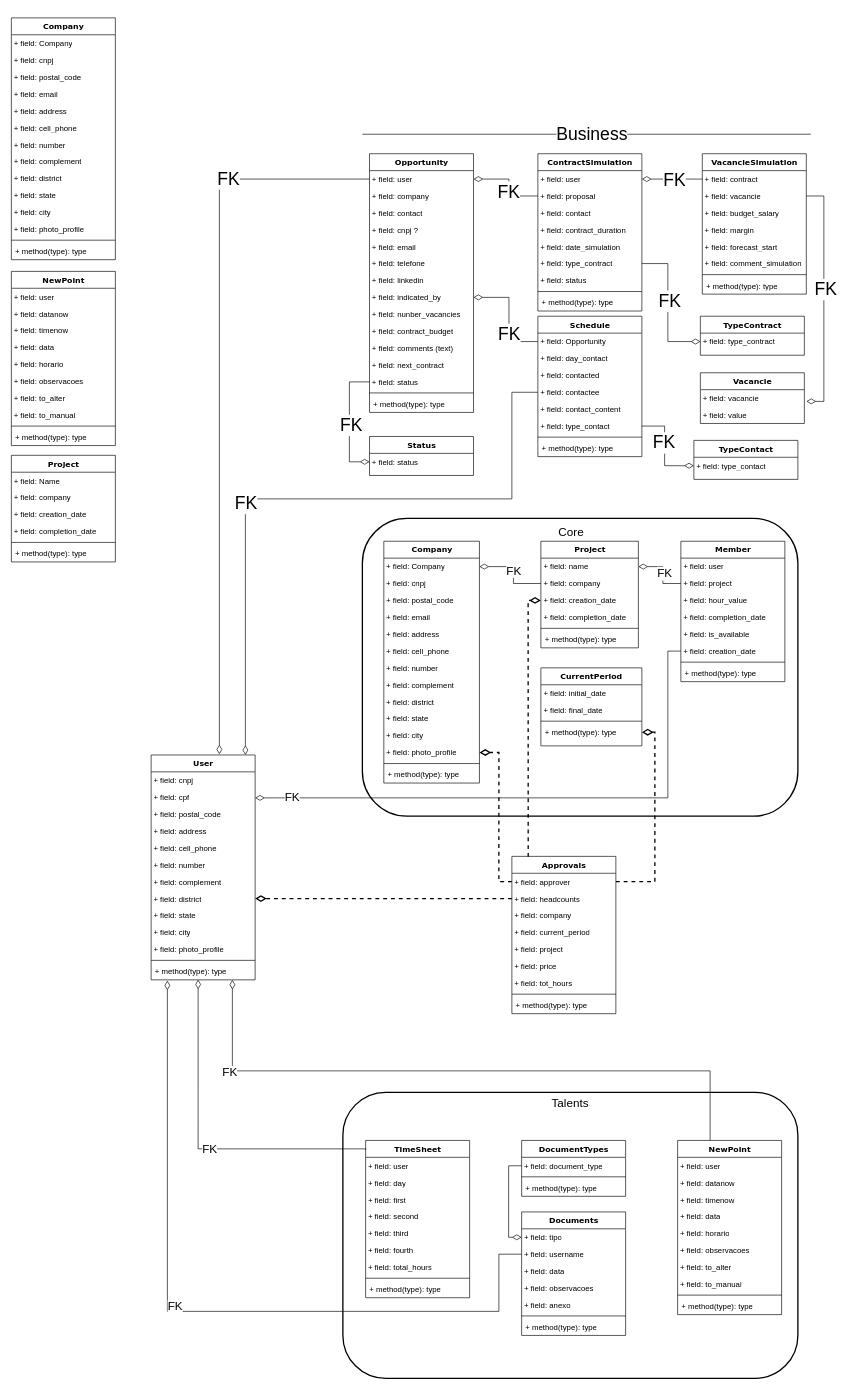
This is Untitled Diagram.drawio from JonathaCnB/JonathaCnB, a draw.io file, before an edit. Source tidied: cells renumbered, new cells numbered last; positions are measured from the earlier drawing's top-left corner, leaving out a move shared by most shapes. Both pictures are drawn from the tidied source at 65%, with x=0, y=0 at pixel (11, 18).
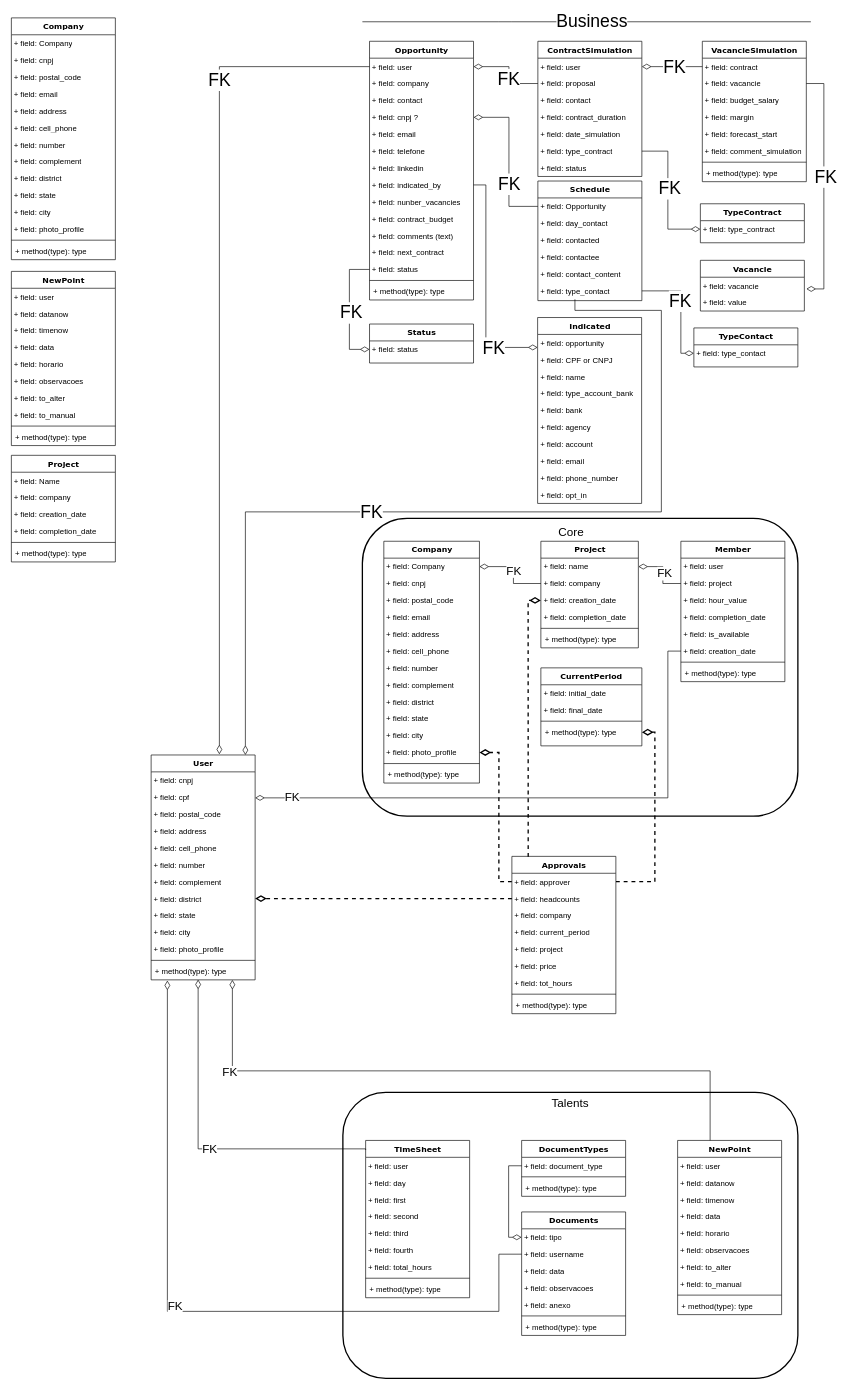
The same page after the edit.

The change refers to these unchanged cells:
```xml
<mxCell id="104" value="User" style="swimlane;html=1;fontStyle=1;align=center;verticalAlign=top;horizontal=1;startSize=26;swimlaneFillColor=#ffffff;rounded=0;shadow=0;comic=0;labelBackgroundColor=none;strokeWidth=1;fillColor=none;fontFamily=Verdana;fontSize=12;" parent="1" vertex="1">
  <mxGeometry x="215" y="1134" width="160" height="346" as="geometry" />
</mxCell>
<mxCell id="152" value="+ field: user" style="text;html=1;strokeColor=none;fillColor=none;align=left;verticalAlign=top;spacingLeft=2;spacingRight=1;whiteSpace=wrap;overflow=hidden;points=[[0,0.5],[1,0.5]];portConstraint=eastwest;" parent="151" vertex="1">
  <mxGeometry y="26" width="160" height="26" as="geometry" />
</mxCell>
<mxCell id="155" value="+ field: cnpj ?" style="text;html=1;strokeColor=none;fillColor=none;align=left;verticalAlign=top;spacingLeft=2;spacingRight=1;whiteSpace=wrap;overflow=hidden;points=[[0,0.5],[1,0.5]];portConstraint=eastwest;" parent="151" vertex="1">
  <mxGeometry y="104" width="160" height="26" as="geometry" />
</mxCell>
<mxCell id="159" value="+ field: indicated_by" style="text;html=1;strokeColor=none;fillColor=none;align=left;verticalAlign=top;spacingLeft=2;spacingRight=1;whiteSpace=wrap;overflow=hidden;points=[[0,0.5],[1,0.5]];portConstraint=eastwest;" parent="151" vertex="1">
  <mxGeometry y="208" width="160" height="26" as="geometry" />
</mxCell>
<mxCell id="164" value="+ field: status" style="text;html=1;strokeColor=none;fillColor=none;align=left;verticalAlign=top;spacingLeft=2;spacingRight=1;whiteSpace=wrap;overflow=hidden;points=[[0,0.5],[1,0.5]];portConstraint=eastwest;" parent="151" vertex="1">
  <mxGeometry y="338" width="160" height="26" as="geometry" />
</mxCell>
<mxCell id="183" value="+ field: vacancie" style="text;html=1;strokeColor=none;fillColor=none;align=left;verticalAlign=top;spacingLeft=2;spacingRight=1;whiteSpace=wrap;overflow=hidden;points=[[0,0.5],[1,0.5]];portConstraint=eastwest;" parent="181" vertex="1">
  <mxGeometry y="52" width="160" height="26" as="geometry" />
</mxCell>
<mxCell id="193" value="+ field: Opportunity" style="text;html=1;strokeColor=none;fillColor=none;align=left;verticalAlign=top;spacingLeft=2;spacingRight=1;whiteSpace=wrap;overflow=hidden;points=[[0,0.5],[1,0.5]];portConstraint=eastwest;" parent="192" vertex="1">
  <mxGeometry y="26" width="160" height="26" as="geometry" />
</mxCell>
<mxCell id="196" value="+ field: contactee" style="text;html=1;strokeColor=none;fillColor=none;align=left;verticalAlign=top;spacingLeft=2;spacingRight=1;whiteSpace=wrap;overflow=hidden;points=[[0,0.5],[1,0.5]];portConstraint=eastwest;" parent="192" vertex="1">
  <mxGeometry y="104" width="160" height="26" as="geometry" />
</mxCell>
<mxCell id="198" value="+ field: type_contact" style="text;html=1;strokeColor=none;fillColor=none;align=left;verticalAlign=top;spacingLeft=2;spacingRight=1;whiteSpace=wrap;overflow=hidden;points=[[0,0.5],[1,0.5]];portConstraint=eastwest;" parent="192" vertex="1">
  <mxGeometry y="156" width="160" height="26" as="geometry" />
</mxCell>
<mxCell id="204" value="+ field: status" style="text;html=1;strokeColor=none;fillColor=none;align=left;verticalAlign=top;spacingLeft=2;spacingRight=1;whiteSpace=wrap;overflow=hidden;points=[[0,0.5],[1,0.5]];portConstraint=eastwest;" parent="203" vertex="1">
  <mxGeometry y="26" width="160" height="26" as="geometry" />
</mxCell>
<mxCell id="208" value="+ field: type_contact" style="text;html=1;strokeColor=none;fillColor=none;align=left;verticalAlign=top;spacingLeft=2;spacingRight=1;whiteSpace=wrap;overflow=hidden;points=[[0,0.5],[1,0.5]];portConstraint=eastwest;" parent="207" vertex="1">
  <mxGeometry y="26" width="160" height="26" as="geometry" />
</mxCell>
<mxCell id="216" value="+ field: vacancie" style="text;html=1;strokeColor=none;fillColor=none;align=left;verticalAlign=top;spacingLeft=2;spacingRight=1;whiteSpace=wrap;overflow=hidden;points=[[0,0.5],[1,0.5]];portConstraint=eastwest;" parent="215" vertex="1">
  <mxGeometry y="26" width="160" height="26" as="geometry" />
</mxCell>
```

Change to the diagram source:
```diff
@@
     <mxCell id="151" value="Opportunity" style="swimlane;html=1;fontStyle=1;align=center;verticalAlign=top;horizontal=1;startSize=26;swimlaneFillColor=#ffffff;rounded=0;shadow=0;comic=0;labelBackgroundColor=none;strokeWidth=1;fillColor=none;fontFamily=Verdana;fontSize=12;" parent="1" vertex="1">
-      <mxGeometry x="551" y="209" width="160" height="398" as="geometry" />
+      <mxGeometry x="551" y="36" width="160" height="398" as="geometry" />
     </mxCell>
@@
     <mxCell id="167" style="endArrow=none;html=1;fontSize=27;endSize=12;" parent="1" edge="1">
       <mxGeometry relative="1" as="geometry">
-        <mxPoint x="540" y="179" as="sourcePoint" />
-        <mxPoint x="1230" y="179" as="targetPoint" />
+        <mxPoint x="540" y="6" as="sourcePoint" />
+        <mxPoint x="1230" y="6" as="targetPoint" />
         <Array as="points">
-          <mxPoint x="760" y="179" />
+          <mxPoint x="760" y="6" />
         </Array>
       </mxGeometry>
     </mxCell>
@@
     <mxCell id="169" value="ContractSimulation" style="swimlane;html=1;fontStyle=1;align=center;verticalAlign=top;horizontal=1;startSize=26;swimlaneFillColor=#ffffff;rounded=0;shadow=0;comic=0;labelBackgroundColor=none;strokeWidth=1;fillColor=none;fontFamily=Verdana;fontSize=12;" parent="1" vertex="1">
-      <mxGeometry x="810" y="209" width="160" height="242" as="geometry" />
+      <mxGeometry x="810" y="36" width="160" height="208" as="geometry" />
     </mxCell>
@@
-    <mxCell id="177" style="line;html=1;strokeWidth=1;fillColor=none;align=left;verticalAlign=middle;spacingTop=-1;spacingLeft=3;spacingRight=3;labelPosition=right;" parent="169" vertex="1">
-      <mxGeometry y="208" width="160" height="8" as="geometry" />
-    </mxCell>
-    <mxCell id="178" value="+ method(type): type" style="text;html=1;strokeColor=none;fillColor=none;align=left;verticalAlign=top;spacingLeft=4;spacingRight=4;whiteSpace=wrap;overflow=hidden;" parent="169" vertex="1">
-      <mxGeometry y="216" width="160" height="26" as="geometry" />
-    </mxCell>
@@
     <mxCell id="181" value="VacancieSimulation" style="swimlane;html=1;fontStyle=1;align=center;verticalAlign=top;horizontal=1;startSize=26;swimlaneFillColor=#ffffff;rounded=0;shadow=0;comic=0;labelBackgroundColor=none;strokeWidth=1;fillColor=none;fontFamily=Verdana;fontSize=12;" parent="1" vertex="1">
-      <mxGeometry x="1063" y="209" width="160" height="216" as="geometry" />
+      <mxGeometry x="1063" y="36" width="160" height="216" as="geometry" />
     </mxCell>
@@
     <mxCell id="192" value="Schedule" style="swimlane;html=1;fontStyle=1;align=center;verticalAlign=top;horizontal=1;startSize=26;swimlaneFillColor=#ffffff;rounded=0;shadow=0;comic=0;labelBackgroundColor=none;strokeWidth=1;fillColor=none;fontFamily=Verdana;fontSize=12;" parent="1" vertex="1">
-      <mxGeometry x="810" y="459" width="160" height="216" as="geometry" />
+      <mxGeometry x="810" y="251" width="160" height="184" as="geometry" />
     </mxCell>
@@
-    <mxCell id="199" style="line;html=1;strokeWidth=1;fillColor=none;align=left;verticalAlign=middle;spacingTop=-1;spacingLeft=3;spacingRight=3;labelPosition=right;" parent="192" vertex="1">
-      <mxGeometry y="182" width="160" height="8" as="geometry" />
-    </mxCell>
-    <mxCell id="200" value="+ method(type): type" style="text;html=1;strokeColor=none;fillColor=none;align=left;verticalAlign=top;spacingLeft=4;spacingRight=4;whiteSpace=wrap;overflow=hidden;" parent="192" vertex="1">
-      <mxGeometry y="190" width="160" height="26" as="geometry" />
-    </mxCell>
-    <mxCell id="201" style="edgeStyle=orthogonalEdgeStyle;rounded=0;jettySize=auto;html=1;endArrow=diamondThin;endFill=0;endSize=12;" parent="1" edge="1" source="193" target="159">
+    <mxCell id="201" style="edgeStyle=orthogonalEdgeStyle;rounded=0;jettySize=auto;html=1;endArrow=diamondThin;endFill=0;endSize=12;" parent="1" edge="1" source="193" target="155">
       <mxGeometry relative="1" as="geometry" />
     </mxCell>
@@
     <mxCell id="203" value="Status" style="swimlane;html=1;fontStyle=1;align=center;verticalAlign=top;horizontal=1;startSize=26;swimlaneFillColor=#ffffff;rounded=0;shadow=0;comic=0;labelBackgroundColor=none;strokeWidth=1;fillColor=none;fontFamily=Verdana;fontSize=12;" parent="1" vertex="1">
-      <mxGeometry x="551" y="644" width="160" height="60" as="geometry" />
+      <mxGeometry x="551" y="471" width="160" height="60" as="geometry" />
     </mxCell>
@@
     <mxCell id="205" style="edgeStyle=orthogonalEdgeStyle;rounded=0;jettySize=auto;html=1;fontSize=27;endArrow=diamondThin;endFill=0;endSize=12;" parent="1" edge="1" source="164" target="204">
       <mxGeometry relative="1" as="geometry">
         <Array as="points">
-          <mxPoint x="520" y="560" />
-          <mxPoint x="520" y="683" />
+          <mxPoint x="520" y="387" />
+          <mxPoint x="520" y="510" />
         </Array>
       </mxGeometry>
     </mxCell>
@@
     <mxCell id="207" value="TypeContact" style="swimlane;html=1;fontStyle=1;align=center;verticalAlign=top;horizontal=1;startSize=26;swimlaneFillColor=#ffffff;rounded=0;shadow=0;comic=0;labelBackgroundColor=none;strokeWidth=1;fillColor=none;fontFamily=Verdana;fontSize=12;" parent="1" vertex="1">
-      <mxGeometry x="1050" y="650" width="160" height="60" as="geometry" />
+      <mxGeometry x="1050" y="477" width="160" height="60" as="geometry" />
     </mxCell>
@@
     <mxCell id="209" style="edgeStyle=orthogonalEdgeStyle;rounded=0;jettySize=auto;html=1;fontSize=27;endArrow=diamondThin;endFill=0;endSize=12;" parent="1" edge="1" source="198" target="208">
-      <mxGeometry relative="1" as="geometry" />
+      <mxGeometry relative="1" as="geometry">
+        <Array as="points">
+          <mxPoint x="1030" y="420" />
+          <mxPoint x="1030" y="516" />
+        </Array>
+      </mxGeometry>
     </mxCell>
@@
     <mxCell id="211" value="TypeContract" style="swimlane;html=1;fontStyle=1;align=center;verticalAlign=top;horizontal=1;startSize=26;swimlaneFillColor=#ffffff;rounded=0;shadow=0;comic=0;labelBackgroundColor=none;strokeWidth=1;fillColor=none;fontFamily=Verdana;fontSize=12;" parent="1" vertex="1">
-      <mxGeometry x="1060" y="459" width="160" height="60" as="geometry" />
+      <mxGeometry x="1060" y="286" width="160" height="60" as="geometry" />
     </mxCell>
@@
     <mxCell id="215" value="Vacancie" style="swimlane;html=1;fontStyle=1;align=center;verticalAlign=top;horizontal=1;startSize=26;swimlaneFillColor=#ffffff;rounded=0;shadow=0;comic=0;labelBackgroundColor=none;strokeWidth=1;fillColor=none;fontFamily=Verdana;fontSize=12;" parent="1" vertex="1">
-      <mxGeometry x="1060" y="546" width="160" height="78" as="geometry" />
+      <mxGeometry x="1060" y="373" width="160" height="78" as="geometry" />
     </mxCell>
@@
     <mxCell id="218" style="edgeStyle=orthogonalEdgeStyle;rounded=0;jettySize=auto;html=1;fontSize=27;endArrow=diamondThin;endFill=0;startSize=12;endSize=12;entryX=1.019;entryY=0.692;entryDx=0;entryDy=0;entryPerimeter=0;" parent="1" edge="1" source="183" target="216">
       <mxGeometry relative="1" as="geometry">
         <Array as="points">
-          <mxPoint x="1250" y="274" />
-          <mxPoint x="1250" y="590" />
+          <mxPoint x="1250" y="101" />
+          <mxPoint x="1250" y="417" />
         </Array>
       </mxGeometry>
     </mxCell>
@@
-    <mxCell id="220" style="edgeStyle=orthogonalEdgeStyle;rounded=0;jettySize=auto;html=1;fontSize=27;endArrow=diamondThin;endFill=0;startSize=12;endSize=12;" parent="1" edge="1" source="196" target="104">
+    <mxCell id="220" style="edgeStyle=orthogonalEdgeStyle;rounded=0;jettySize=auto;html=1;fontSize=27;endArrow=diamondThin;endFill=0;startSize=12;endSize=12;" parent="1" edge="1" source="198" target="104">
       <mxGeometry relative="1" as="geometry">
         <Array as="points">
-          <mxPoint x="770" y="576" />
-          <mxPoint x="770" y="740" />
-          <mxPoint x="360" y="740" />
+          <mxPoint x="867" y="450" />
+          <mxPoint x="1000" y="450" />
+          <mxPoint x="1000" y="760" />
+          <mxPoint x="360" y="760" />
         </Array>
       </mxGeometry>
     </mxCell>
@@
     <mxCell id="222" style="edgeStyle=orthogonalEdgeStyle;rounded=0;jettySize=auto;html=1;fontSize=27;endArrow=diamondThin;endFill=0;startSize=12;endSize=12;" parent="1" edge="1" source="152">
       <mxGeometry relative="1" as="geometry">
         <mxPoint x="320" y="1133" as="targetPoint" />
         <Array as="points">
-          <mxPoint x="320" y="248" />
-          <mxPoint x="320" y="1133" />
+          <mxPoint x="320" y="75" />
         </Array>
       </mxGeometry>
     </mxCell>
@@
+    <mxCell id="224" value="Indicated" style="swimlane;html=1;fontStyle=1;align=center;verticalAlign=top;horizontal=1;startSize=26;swimlaneFillColor=#ffffff;rounded=0;shadow=0;comic=0;labelBackgroundColor=none;strokeWidth=1;fillColor=none;fontFamily=Verdana;fontSize=12;" parent="1" vertex="1">
+      <mxGeometry x="809.6" y="461" width="160" height="286" as="geometry" />
+    </mxCell>
+    <mxCell id="225" value="+ field: opportunity" style="text;html=1;strokeColor=none;fillColor=none;align=left;verticalAlign=top;spacingLeft=2;spacingRight=1;whiteSpace=wrap;overflow=hidden;" parent="224" vertex="1">
+      <mxGeometry y="26" width="160" height="26" as="geometry" />
+    </mxCell>
+    <mxCell id="226" value="+ field: CPF or CNPJ" style="text;html=1;strokeColor=none;fillColor=none;align=left;verticalAlign=top;spacingLeft=2;spacingRight=1;whiteSpace=wrap;overflow=hidden;" parent="224" vertex="1">
+      <mxGeometry y="52" width="160" height="26" as="geometry" />
+    </mxCell>
+    <mxCell id="227" value="+ field: name" style="text;html=1;strokeColor=none;fillColor=none;align=left;verticalAlign=top;spacingLeft=2;spacingRight=1;whiteSpace=wrap;overflow=hidden;" parent="224" vertex="1">
+      <mxGeometry y="78" width="160" height="26" as="geometry" />
+    </mxCell>
+    <mxCell id="228" value="+ field: type_account_bank" style="text;html=1;strokeColor=none;fillColor=none;align=left;verticalAlign=top;spacingLeft=2;spacingRight=1;whiteSpace=wrap;overflow=hidden;" parent="224" vertex="1">
+      <mxGeometry y="104" width="160" height="26" as="geometry" />
+    </mxCell>
+    <mxCell id="229" value="+ field: bank" style="text;html=1;strokeColor=none;fillColor=none;align=left;verticalAlign=top;spacingLeft=2;spacingRight=1;whiteSpace=wrap;overflow=hidden;" parent="224" vertex="1">
+      <mxGeometry y="130" width="160" height="26" as="geometry" />
+    </mxCell>
+    <mxCell id="230" value="+ field: agency" style="text;html=1;strokeColor=none;fillColor=none;align=left;verticalAlign=top;spacingLeft=2;spacingRight=1;whiteSpace=wrap;overflow=hidden;" parent="224" vertex="1">
+      <mxGeometry y="156" width="160" height="26" as="geometry" />
+    </mxCell>
+    <mxCell id="231" value="+ field: account" style="text;html=1;strokeColor=none;fillColor=none;align=left;verticalAlign=top;spacingLeft=2;spacingRight=1;whiteSpace=wrap;overflow=hidden;" parent="224" vertex="1">
+      <mxGeometry y="182" width="160" height="26" as="geometry" />
+    </mxCell>
+    <mxCell id="232" value="+ field: email" style="text;html=1;strokeColor=none;fillColor=none;align=left;verticalAlign=top;spacingLeft=2;spacingRight=1;whiteSpace=wrap;overflow=hidden;" parent="224" vertex="1">
+      <mxGeometry y="208" width="160" height="26" as="geometry" />
+    </mxCell>
+    <mxCell id="233" value="+ field: phone_number" style="text;html=1;strokeColor=none;fillColor=none;align=left;verticalAlign=top;spacingLeft=2;spacingRight=1;whiteSpace=wrap;overflow=hidden;" parent="224" vertex="1">
+      <mxGeometry y="234" width="160" height="26" as="geometry" />
+    </mxCell>
+    <mxCell id="234" value="+ field: opt_in" style="text;html=1;strokeColor=none;fillColor=none;align=left;verticalAlign=top;spacingLeft=2;spacingRight=1;whiteSpace=wrap;overflow=hidden;" parent="224" vertex="1">
+      <mxGeometry y="260" width="160" height="26" as="geometry" />
+    </mxCell>
+    <mxCell id="235" style="edgeStyle=orthogonalEdgeStyle;rounded=0;orthogonalLoop=1;jettySize=auto;html=1;exitX=1;exitY=0.5;exitDx=0;exitDy=0;endArrow=diamondThin;endFill=0;endSize=12;" parent="1" edge="1">
+      <mxGeometry relative="1" as="geometry">
+        <mxPoint x="711" y="257" as="sourcePoint" />
+        <mxPoint x="809.6" y="507" as="targetPoint" />
+        <Array as="points">
+          <mxPoint x="730" y="257" />
+          <mxPoint x="730" y="507" />
+        </Array>
+      </mxGeometry>
+    </mxCell>
+    <mxCell id="236" value="FK" style="edgeLabel;html=1;align=center;verticalAlign=middle;fontSize=27;" parent="235" vertex="1">
+      <mxGeometry x="0.64" relative="1" as="geometry">
+        <mxPoint x="-6" as="offset" />
+      </mxGeometry>
+    </mxCell>
```
